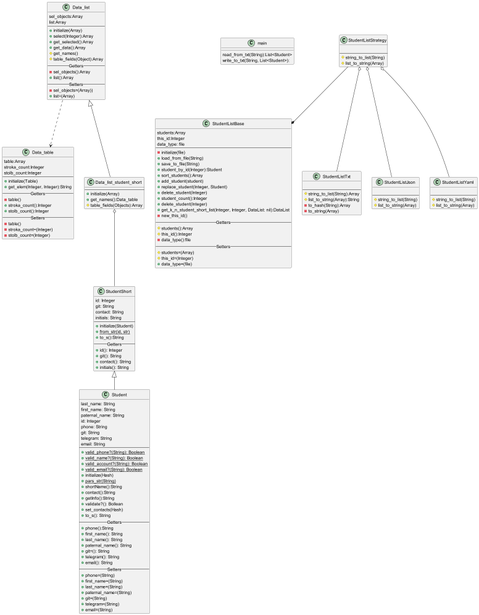
Above: Lab_2/Diagrams/student_diagram.png in yellowcat-dotcom/Ruby (PlantUML), before the change.
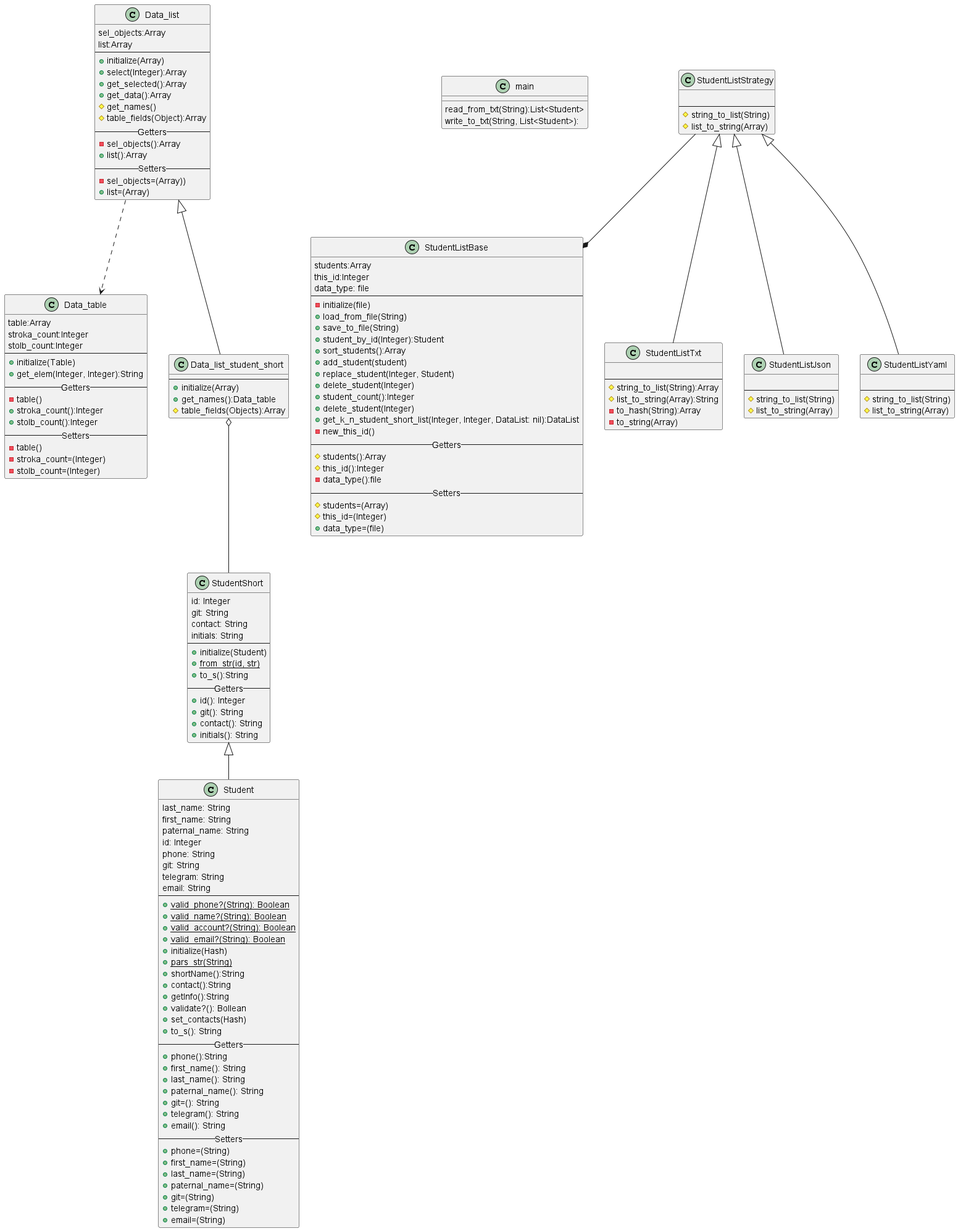
After the commit.

Commit message:
исправила диаграмму

The edit, as a diff of the source:
```diff
@@ -157,8 +157,8 @@
 Data_list ^-- Data_list_student_short
 Data_list_student_short o--StudentShort
 Data_list ..>Data_table
-StudentListStrategy o--StudentListYaml
-StudentListStrategy o--StudentListJson
-StudentListStrategy o--StudentListTxt
+StudentListStrategy ^--StudentListYaml
+StudentListStrategy ^--StudentListJson
+StudentListStrategy ^--StudentListTxt
 StudentListStrategy --* StudentListBase
 @enduml
```
